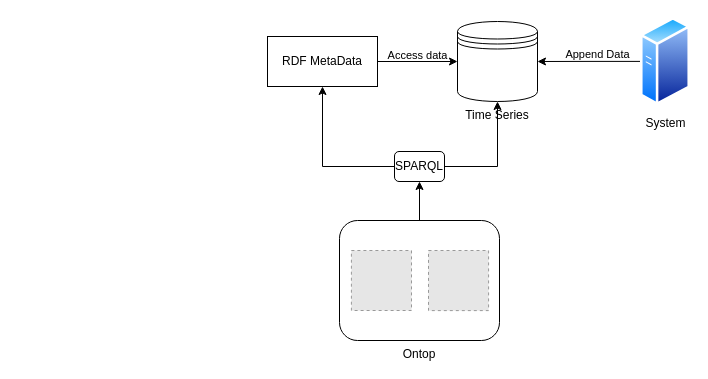
Before: illustration.drawio in ShehabEldeenAyman/RDF-TimeSeries_newSpec, a draw.io diagram. Source tidied: cells renumbered, new cells numbered last; positions are measured from the earlier drawing's top-left corner, leaving out a move shared by most shapes. Both pictures are drawn from the tidied source at 100%, with x=0, y=0 at pixel (267, 16). Pictures stored in the file or linked from it are replaced by grey dashed boxes.
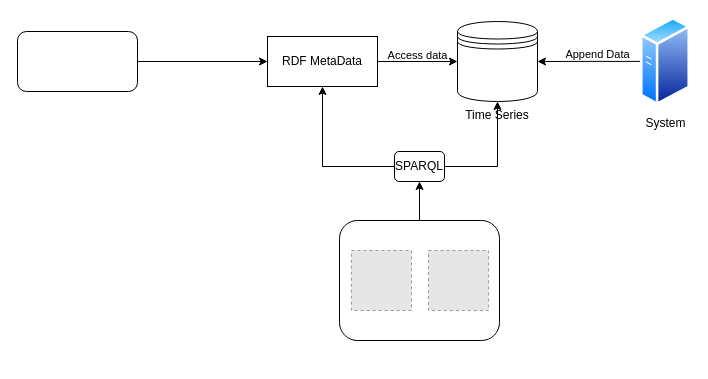
After the change.

Change to the diagram source:
```diff
@@
 <mxGraphModel>
   <root>
     <mxCell id="0" />
     <mxCell id="1" parent="0" />
     <mxCell id="2" style="edgeStyle=orthogonalEdgeStyle;rounded=0;jettySize=auto;html=1;entryX=0.5;entryY=1;entryDx=0;entryDy=0;" parent="1" edge="1" source="3" target="15">
       <mxGeometry relative="1" as="geometry" />
     </mxCell>
-    <mxCell id="3" value="Ontop" style="rounded=1;whiteSpace=wrap;html=1;labelPosition=center;verticalLabelPosition=bottom;align=center;verticalAlign=top;" parent="1" vertex="1">
+    <mxCell id="3" style="rounded=1;whiteSpace=wrap;html=1;labelPosition=center;verticalLabelPosition=bottom;align=center;verticalAlign=top;" parent="1" vertex="1">
       <mxGeometry x="72" y="204" width="160" height="120" as="geometry" />
     </mxCell>
     <mxCell id="4" value="Time Series" style="shape=datastore;whiteSpace=wrap;html=1;labelPosition=center;verticalLabelPosition=bottom;align=center;verticalAlign=top;" parent="1" vertex="1">
       <mxGeometry x="190" y="5" width="80" height="80" as="geometry" />
     </mxCell>
     <mxCell id="5" style="edgeStyle=orthogonalEdgeStyle;rounded=0;jettySize=auto;html=1;entryX=0;entryY=0.5;entryDx=0;entryDy=0;labelPosition=center;verticalLabelPosition=top;align=center;verticalAlign=bottom;" parent="1" edge="1" source="7" target="4">
       <mxGeometry relative="1" as="geometry" />
     </mxCell>
     <mxCell id="6" value="Access data" style="edgeLabel;html=1;align=center;verticalAlign=bottom;labelPosition=center;verticalLabelPosition=top;labelBackgroundColor=none;" parent="5" vertex="1">
       <mxGeometry x="-0.02" y="-2" relative="1" as="geometry" />
     </mxCell>
     <mxCell id="7" value="RDF MetaData" style="html=1;whiteSpace=wrap;" parent="1" vertex="1">
       <mxGeometry y="20" width="110" height="50" as="geometry" />
     </mxCell>
     <mxCell id="8" style="edgeStyle=orthogonalEdgeStyle;rounded=0;jettySize=auto;html=1;entryX=1;entryY=0.5;entryDx=0;entryDy=0;labelPosition=center;verticalLabelPosition=top;align=center;verticalAlign=bottom;" parent="1" edge="1" source="10" target="4">
       <mxGeometry relative="1" as="geometry" />
     </mxCell>
     <mxCell id="9" value="Append Data" style="edgeLabel;html=1;align=center;verticalAlign=bottom;labelBackgroundColor=none;labelPosition=center;verticalLabelPosition=top;" parent="8" vertex="1">
       <mxGeometry x="-0.29" y="1" relative="1" as="geometry">
         <mxPoint x="-7" as="offset" />
       </mxGeometry>
     </mxCell>
     <mxCell id="10" value="System" style="image;perimeter=ellipsePerimeter;html=1;align=center;shadow=0;dashed=0;spacingTop=3;image=img/lib/active_directory/generic_server.svg;" parent="1" vertex="1">
       <mxGeometry x="373" y="0.3" width="50" height="89.3" as="geometry" />
     </mxCell>
     <mxCell id="11" style="fillColor=#E6E6E6;strokeColor=#999999;dashed=1;verticalLabelPosition=bottom;labelBackgroundColor=default;verticalAlign=top;" parent="1" vertex="1">
       <mxGeometry x="161" y="234" width="60.1" height="60.1" as="geometry" />
     </mxCell>
     <mxCell id="12" style="fillColor=#E6E6E6;strokeColor=#999999;dashed=1;verticalLabelPosition=bottom;labelBackgroundColor=default;verticalAlign=top;" parent="1" vertex="1">
       <mxGeometry x="83.9" y="234" width="60.1" height="60" as="geometry" />
     </mxCell>
     <mxCell id="13" style="edgeStyle=orthogonalEdgeStyle;rounded=0;jettySize=auto;html=1;" parent="1" edge="1" source="15" target="4">
       <mxGeometry relative="1" as="geometry" />
     </mxCell>
     <mxCell id="14" style="edgeStyle=orthogonalEdgeStyle;rounded=0;jettySize=auto;html=1;entryX=0.5;entryY=1;entryDx=0;entryDy=0;" parent="1" edge="1" source="15" target="7">
       <mxGeometry relative="1" as="geometry" />
     </mxCell>
     <mxCell id="15" value="SPARQL" style="rounded=1;whiteSpace=wrap;html=1;" parent="1" vertex="1">
       <mxGeometry x="127" y="135" width="50" height="30" as="geometry" />
     </mxCell>
+    <mxCell id="16" style="edgeStyle=orthogonalEdgeStyle;rounded=0;jettySize=auto;html=1;entryX=0;entryY=0.5;entryDx=0;entryDy=0;" parent="1" edge="1" source="17" target="7">
+      <mxGeometry relative="1" as="geometry" />
+    </mxCell>
+    <mxCell id="17" style="rounded=1;whiteSpace=wrap;html=1;" parent="1" vertex="1">
+      <mxGeometry x="-250" y="15" width="120" height="60" as="geometry" />
+    </mxCell>
   </root>
 </mxGraphModel>
```
